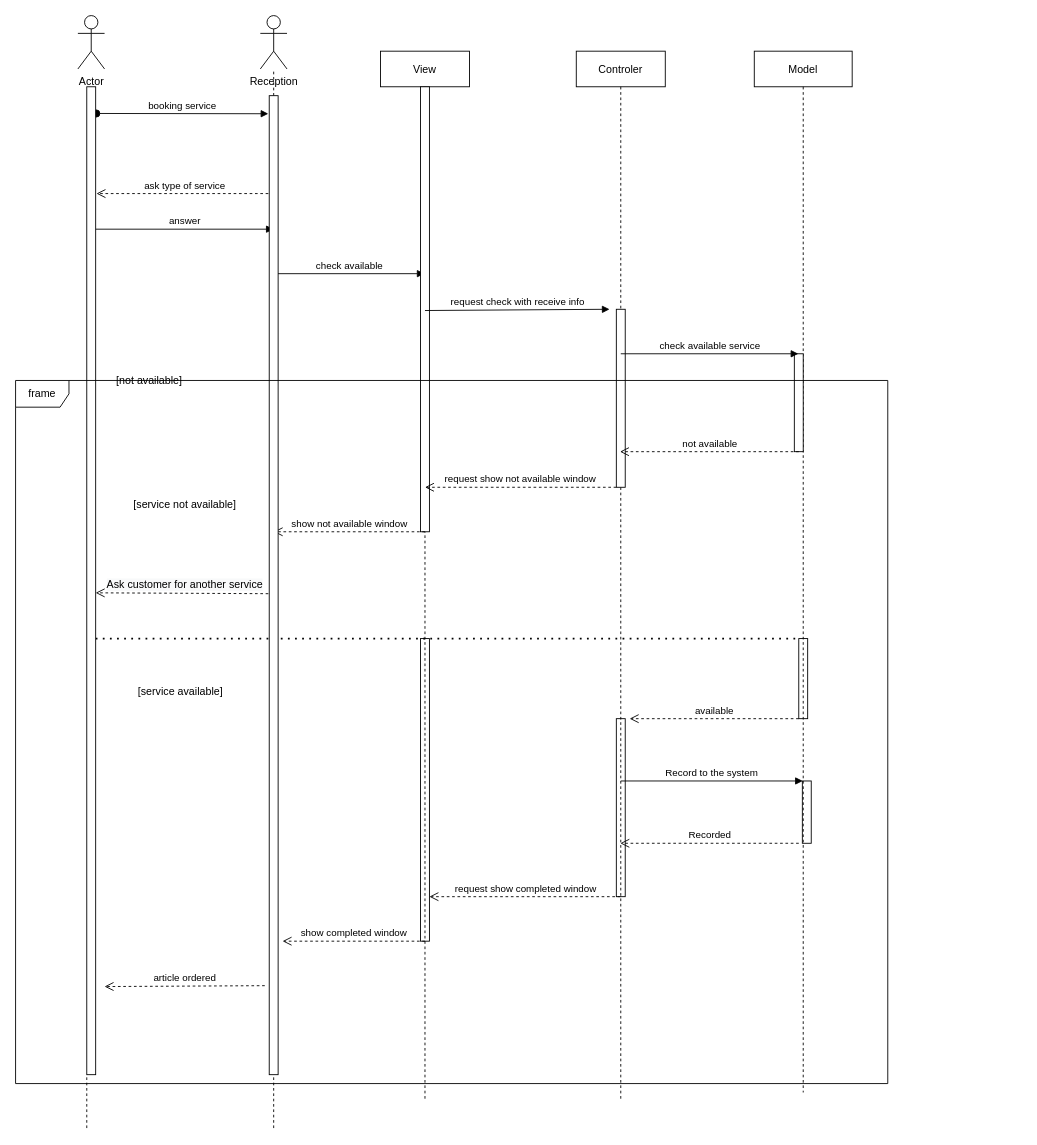
The draw.io diagram page "Order service" (3 of 4) of Diagram/Sequence Diagram.drawio in jonathanha52/SE104.L23.PMCL, before the edit. Source tidied: cells renumbered, new cells numbered last; positions are measured from the earlier drawing's top-left corner, leaving out a move shared by most shapes. Both pictures are drawn from the tidied source at 89%, with x=0, y=0 at pixel (15, 15).
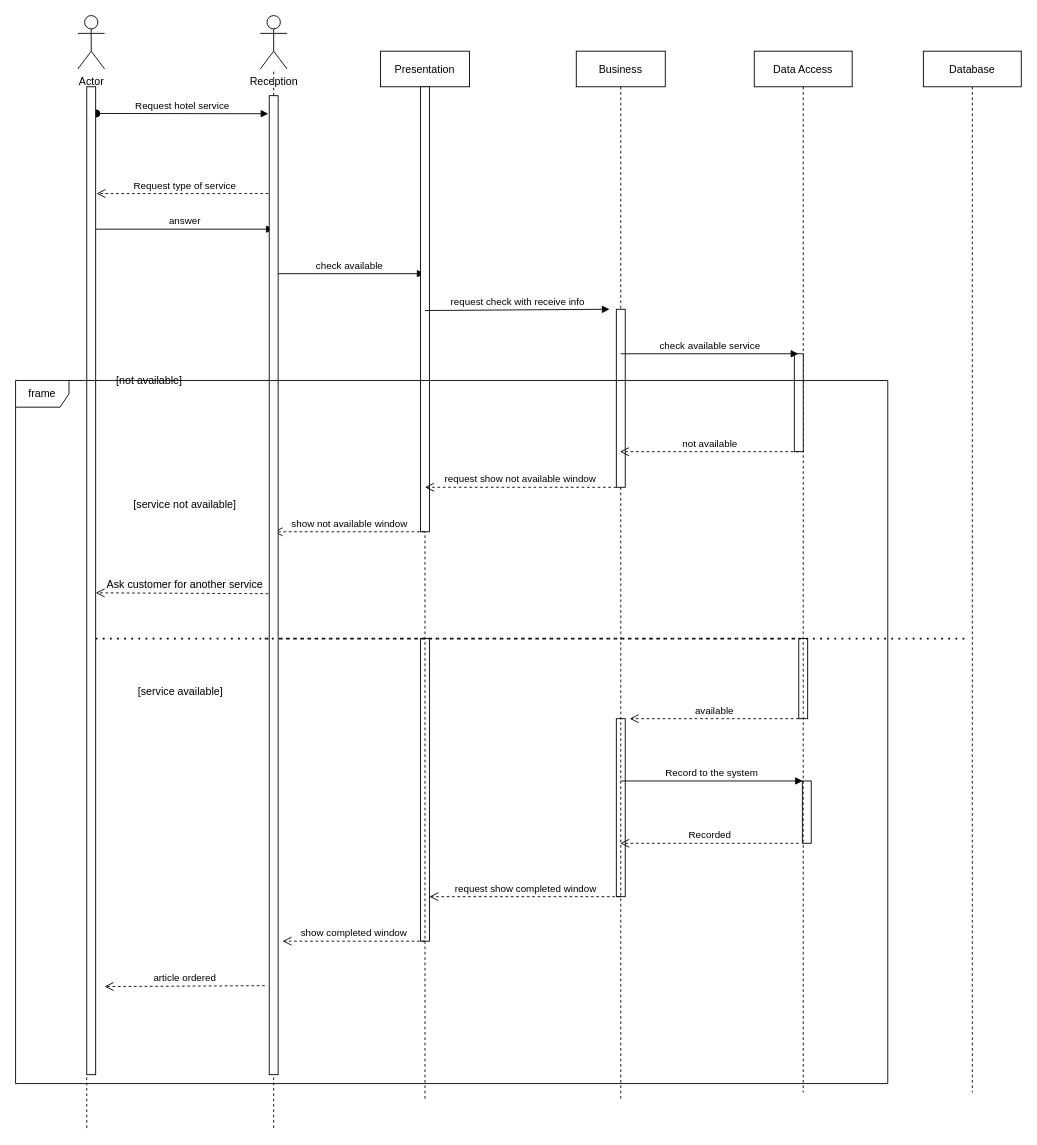
Above is the later version.

What changed in the source:
```diff
@@
-    <mxCell id="2" value="View" style="shape=umlLifeline;perimeter=lifelinePerimeter;rounded=0;shadow=0;strokeWidth=1;" parent="1" vertex="1">
+    <mxCell id="2" value="Presentation" style="shape=umlLifeline;perimeter=lifelinePerimeter;rounded=0;shadow=0;strokeWidth=1;" parent="1" vertex="1">
       <mxGeometry x="410" y="40" width="100" height="1180" as="geometry" />
     </mxCell>
@@
-    <mxCell id="7" value="Controler" style="shape=umlLifeline;perimeter=lifelinePerimeter;rounded=0;shadow=0;strokeWidth=1;" parent="1" vertex="1">
+    <mxCell id="7" value="Business" style="shape=umlLifeline;perimeter=lifelinePerimeter;rounded=0;shadow=0;strokeWidth=1;" parent="1" vertex="1">
       <mxGeometry x="630" y="40" width="100" height="1180" as="geometry" />
     </mxCell>
@@
-    <mxCell id="11" value="Model" style="shape=umlLifeline;perimeter=lifelinePerimeter;rounded=0;shadow=0;strokeWidth=1;" parent="1" vertex="1">
+    <mxCell id="11" value="Data Access" style="shape=umlLifeline;perimeter=lifelinePerimeter;rounded=0;shadow=0;strokeWidth=1;" parent="1" vertex="1">
       <mxGeometry x="830" y="40" width="110" height="1170" as="geometry" />
     </mxCell>
@@
-    <mxCell id="19" value="booking service" style="verticalAlign=bottom;startArrow=oval;endArrow=block;startSize=8;shadow=0;strokeWidth=1;exitX=1.073;exitY=0.102;exitDx=0;exitDy=0;exitPerimeter=0;" parent="1" edge="1">
+    <mxCell id="19" value="Request hotel service" style="verticalAlign=bottom;startArrow=oval;endArrow=block;startSize=8;shadow=0;strokeWidth=1;exitX=1.073;exitY=0.102;exitDx=0;exitDy=0;exitPerimeter=0;" parent="1" edge="1">
       <mxGeometry relative="1" as="geometry">
         <mxPoint x="90.7" y="110" as="sourcePoint" />
         <mxPoint x="284" y="110.3" as="targetPoint" />
       </mxGeometry>
     </mxCell>
@@
-    <mxCell id="21" value="ask type of service" style="html=1;verticalAlign=bottom;endArrow=open;dashed=1;endSize=8;entryX=1.087;entryY=0.205;entryDx=0;entryDy=0;entryPerimeter=0;" parent="1" edge="1">
+    <mxCell id="21" value="Request type of service" style="html=1;verticalAlign=bottom;endArrow=open;dashed=1;endSize=8;entryX=1.087;entryY=0.205;entryDx=0;entryDy=0;entryPerimeter=0;" parent="1" edge="1">
       <mxGeometry relative="1" as="geometry">
         <mxPoint x="290" y="200" as="sourcePoint" />
         <mxPoint x="90.9" y="200" as="targetPoint" />
       </mxGeometry>
     </mxCell>
@@
+    <mxCell id="43" value="Database" style="shape=umlLifeline;perimeter=lifelinePerimeter;rounded=0;shadow=0;strokeWidth=1;" parent="1" vertex="1">
+      <mxGeometry x="1020" y="40" width="110" height="1170" as="geometry" />
+    </mxCell>
+    <mxCell id="44" style="endArrow=none;dashed=1;html=1;dashPattern=1 3;strokeWidth=2;" parent="43" edge="1">
+      <mxGeometry relative="1" as="geometry">
+        <mxPoint x="-740" y="660" as="sourcePoint" />
+        <mxPoint x="50" y="660" as="targetPoint" />
+      </mxGeometry>
+    </mxCell>
```
